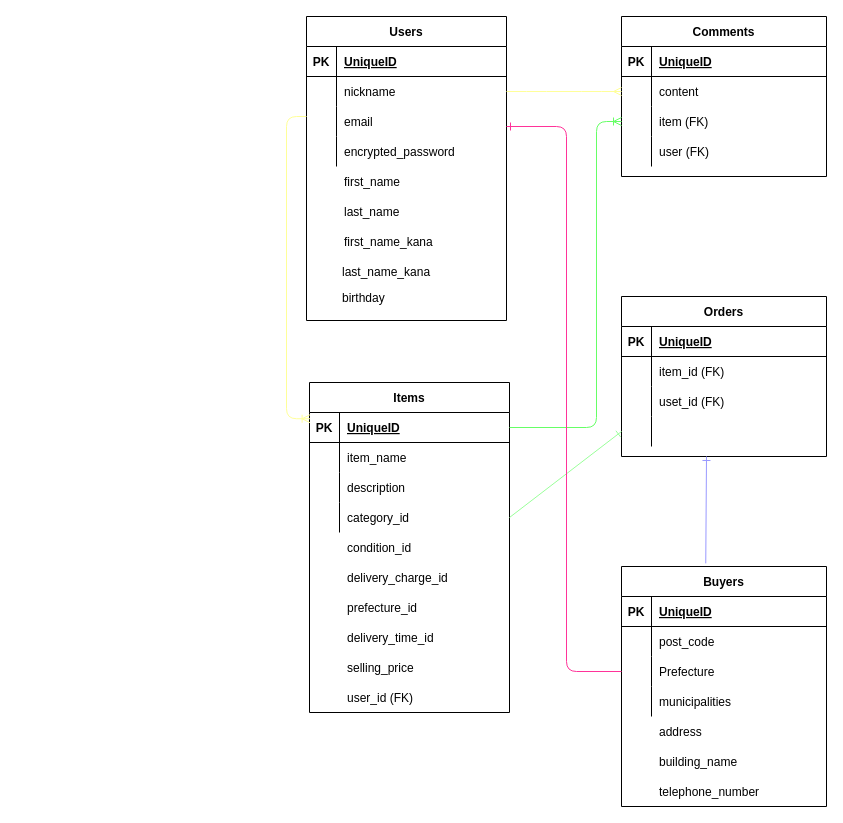
This is furima.dio from RyOsUkE0730/furima-37443, a draw.io file, before an edit. Source tidied: cells renumbered, new cells numbered last; positions are measured from the earlier drawing's top-left corner, leaving out a move shared by most shapes. Both pictures are drawn from the tidied source at 100%, with x=0, y=0 at pixel (16, 16).
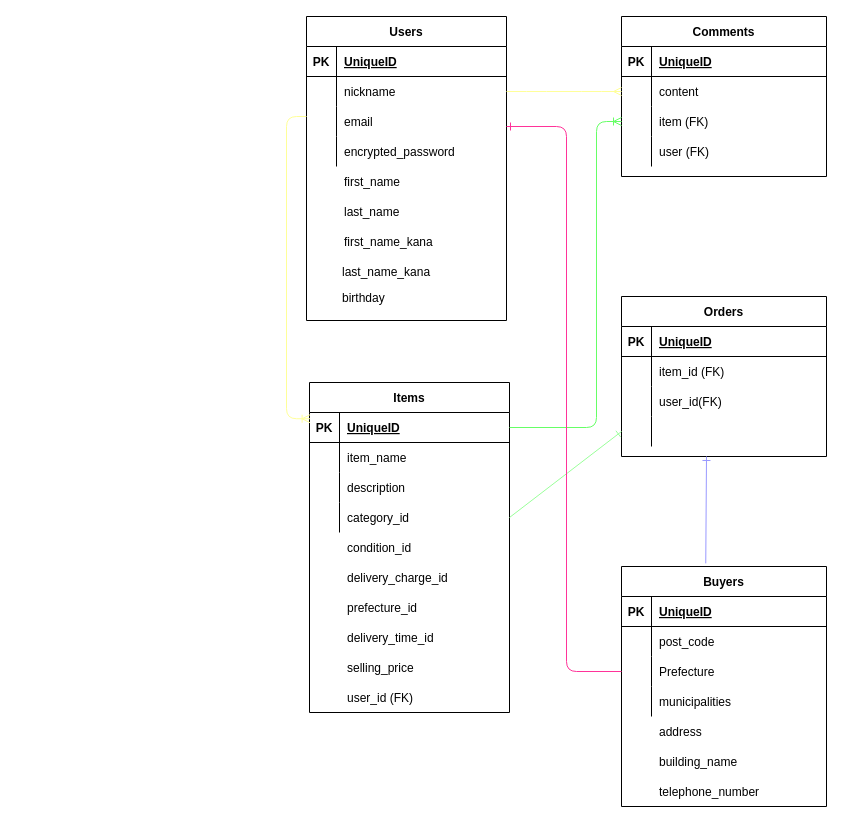
After the change.

Commit message (it also covers changes not shown here):
@RyOsUkE0730 ER図の作成及びデータベース設計 -ver3

・配送先住所とユーザーの紐付け削除

Unchanged cells that the change refers to:
```xml
<mxCell id="70" style="shape=partialRectangle;fillColor=none;top=0;left=0;bottom=0;right=0;shadow=0;" parent="63" vertex="1">
  <mxGeometry y="90" width="205" height="30" as="geometry" />
</mxCell>
```

Change to the diagram source:
```diff
@@
-    <mxCell id="72" value="uset_id (FK)" style="shape=partialRectangle;fillColor=none;top=0;left=0;bottom=0;right=0;align=left;spacingLeft=6;overflow=hidden;shadow=0;" parent="70" vertex="1">
+    <mxCell id="72" value="user_id(FK)" style="shape=partialRectangle;fillColor=none;top=0;left=0;bottom=0;right=0;align=left;spacingLeft=6;overflow=hidden;shadow=0;" parent="70" vertex="1">
       <mxGeometry x="30" width="175" height="30" as="geometry" />
     </mxCell>
```
